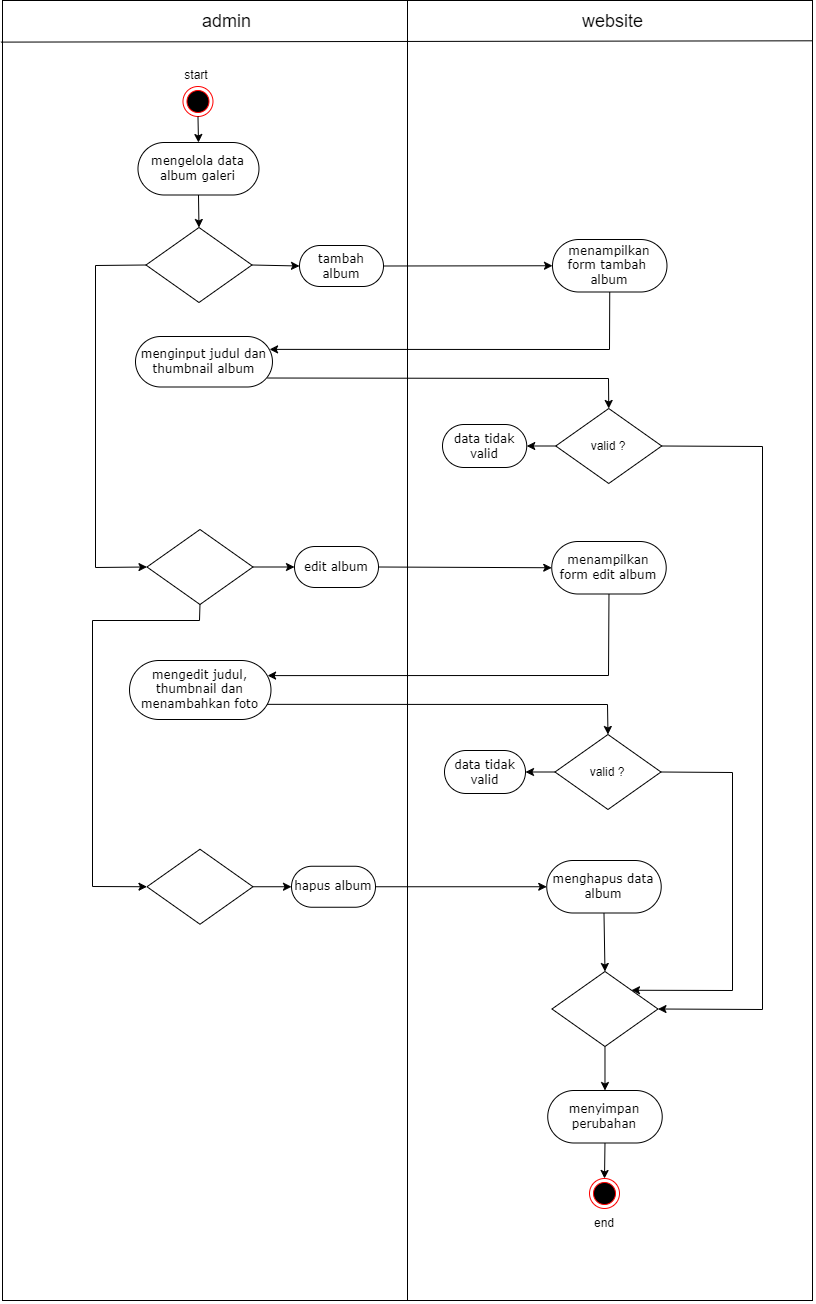
This is UML/ActivityDiagramAdminManageAlbumData.png from BintangBudi/website-hmif, a draw.io export, as it was before one commit. Source tidied: cells renumbered, new cells last; positions are measured from the earlier drawing's top-left corner, leaving out a move shared by most shapes.
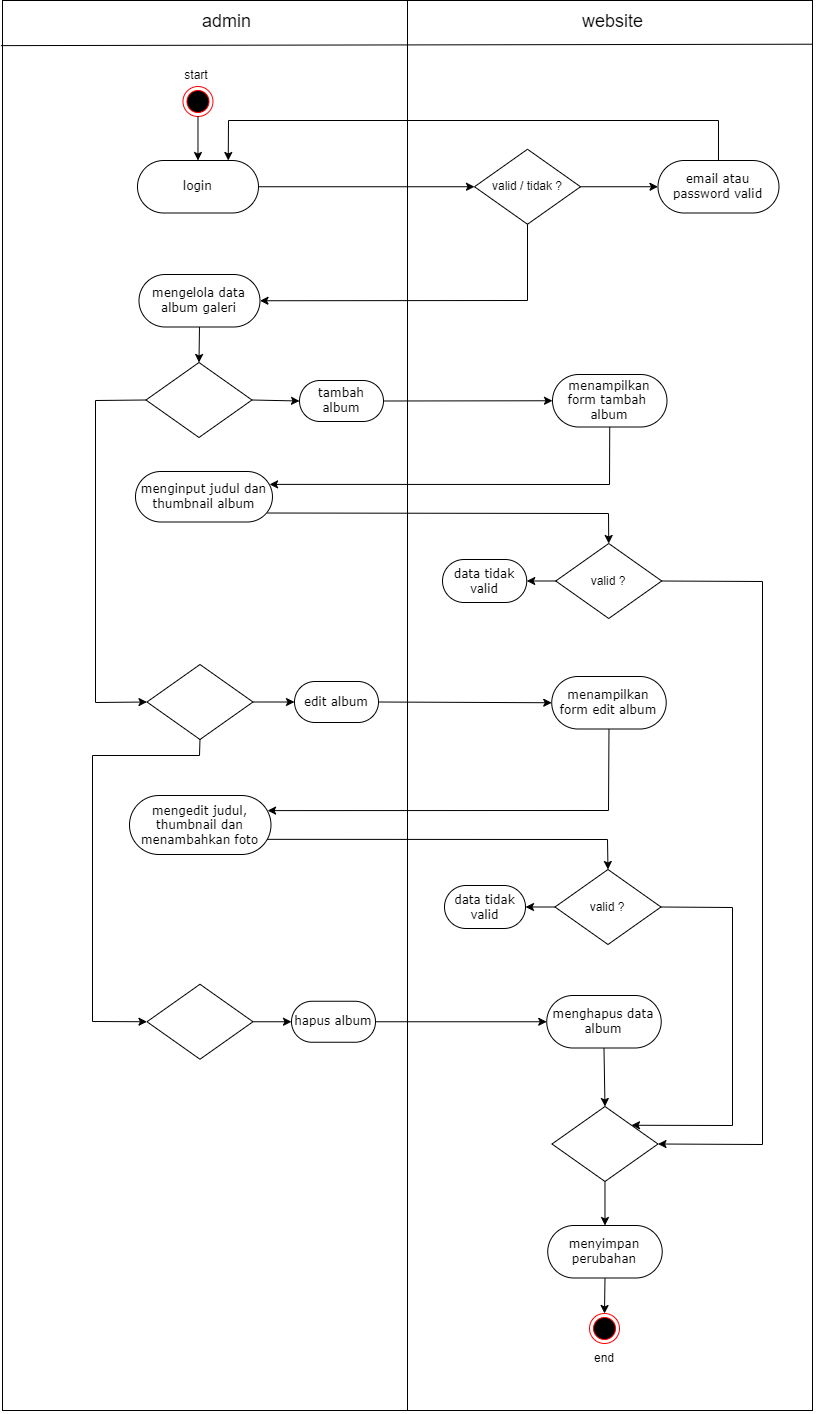
After the commit.

Commit message:
[docs&fix] memperbaiki activity diagram admin

The edit, as a diff of the source:
```diff
@@ -3,19 +3,19 @@
     <mxCell id="0" />
     <mxCell id="1" parent="0" />
     <mxCell id="2" style="rounded=0;whiteSpace=wrap;html=1;" parent="1" vertex="1">
-      <mxGeometry width="810" height="1300" as="geometry" />
+      <mxGeometry y="-135" width="810" height="1410" as="geometry" />
     </mxCell>
     <mxCell id="3" value="&lt;font style=&quot;font-size: 18px;&quot;&gt;admin&lt;/font&gt;" style="text;html=1;align=center;verticalAlign=middle;strokeColor=none;fillColor=none;" parent="1" vertex="1">
-      <mxGeometry x="189.5" y="1" width="70" height="40" as="geometry" />
+      <mxGeometry x="189.5" y="-134" width="70" height="40" as="geometry" />
     </mxCell>
     <mxCell id="4" style="endArrow=none;html=1;rounded=0;entryX=0.5;entryY=0;entryDx=0;entryDy=0;exitX=0.5;exitY=1;exitDx=0;exitDy=0;" parent="1" edge="1" source="2" target="2">
       <mxGeometry relative="1" as="geometry" />
     </mxCell>
     <mxCell id="5" value="&lt;font style=&quot;font-size: 18px;&quot;&gt;website&lt;/font&gt;" style="text;html=1;align=center;verticalAlign=middle;strokeColor=none;fillColor=none;" parent="1" vertex="1">
-      <mxGeometry x="570.5" y="1" width="80" height="40" as="geometry" />
+      <mxGeometry x="570.5" y="-134" width="80" height="40" as="geometry" />
     </mxCell>
     <mxCell id="6" style="ellipse;html=1;shape=endState;fillColor=#000000;strokeColor=#ff0000;" parent="1" vertex="1">
-      <mxGeometry x="180.5" y="86" width="30" height="30" as="geometry" />
+      <mxGeometry x="180.5" y="-49" width="30" height="30" as="geometry" />
     </mxCell>
     <mxCell id="7" value="menampilkan form tambah&amp;nbsp; album" style="rounded=1;whiteSpace=wrap;html=1;shadow=0;comic=0;labelBackgroundColor=none;strokeWidth=1;fontFamily=Verdana;fontSize=12;align=center;arcSize=50;" parent="1" vertex="1">
       <mxGeometry x="550" y="239" width="114.5" height="52.5" as="geometry" />
@@ -23,7 +23,7 @@
     <mxCell id="8" style="endArrow=none;html=1;rounded=0;entryX=-0.002;entryY=0.032;entryDx=0;entryDy=0;exitX=1;exitY=0.031;exitDx=0;exitDy=0;entryPerimeter=0;exitPerimeter=0;" parent="1" edge="1" source="2" target="2">
       <mxGeometry relative="1" as="geometry" />
     </mxCell>
-    <mxCell id="9" style="endArrow=classic;html=1;rounded=0;exitX=0.5;exitY=1;exitDx=0;exitDy=0;entryX=0.5;entryY=0;entryDx=0;entryDy=0;" parent="1" edge="1" source="6" target="18">
+    <mxCell id="9" style="endArrow=classic;html=1;rounded=0;exitX=0.5;exitY=1;exitDx=0;exitDy=0;entryX=0.5;entryY=0;entryDx=0;entryDy=0;" parent="1" edge="1" source="6" target="50">
       <mxGeometry relative="1" as="geometry" />
     </mxCell>
     <mxCell id="10" value="menginput judul dan thumbnail album" style="rounded=1;whiteSpace=wrap;html=1;shadow=0;comic=0;labelBackgroundColor=none;strokeWidth=1;fontFamily=Verdana;fontSize=12;align=center;arcSize=50;" parent="1" vertex="1">
@@ -39,7 +39,7 @@
       <mxGeometry x="440" y="424" width="84.2" height="43" as="geometry" />
     </mxCell>
     <mxCell id="14" value="start" style="text;html=1;strokeColor=none;fillColor=none;align=center;verticalAlign=middle;whiteSpace=wrap;rounded=0;" parent="1" vertex="1">
-      <mxGeometry x="164.5" y="60" width="60" height="30" as="geometry" />
+      <mxGeometry x="164.5" y="-75" width="60" height="30" as="geometry" />
     </mxCell>
     <mxCell id="15" style="ellipse;html=1;shape=endState;fillColor=#000000;strokeColor=#ff0000;" parent="1" vertex="1">
       <mxGeometry x="587" y="1178" width="30" height="30" as="geometry" />
@@ -51,7 +51,7 @@
       <mxGeometry x="143.5" y="227" width="106" height="75" as="geometry" />
     </mxCell>
     <mxCell id="18" value="mengelola data album galeri" style="rounded=1;whiteSpace=wrap;html=1;shadow=0;comic=0;labelBackgroundColor=none;strokeWidth=1;fontFamily=Verdana;fontSize=12;align=center;arcSize=50;" parent="1" vertex="1">
-      <mxGeometry x="135.5" y="142" width="121" height="52.5" as="geometry" />
+      <mxGeometry x="136.5" y="139" width="121" height="52.5" as="geometry" />
     </mxCell>
     <mxCell id="19" style="endArrow=classic;html=1;rounded=0;exitX=0.5;exitY=1;exitDx=0;exitDy=0;entryX=0.5;entryY=0;entryDx=0;entryDy=0;" parent="1" edge="1" source="18" target="17">
       <mxGeometry relative="1" as="geometry" />
@@ -183,5 +183,35 @@
     <mxCell id="49" style="endArrow=classic;html=1;rounded=0;exitX=1;exitY=0.5;exitDx=0;exitDy=0;entryX=0;entryY=0.5;entryDx=0;entryDy=0;" parent="1" edge="1" source="48" target="36">
       <mxGeometry relative="1" as="geometry" />
     </mxCell>
+    <mxCell id="50" value="login" style="rounded=1;whiteSpace=wrap;html=1;shadow=0;comic=0;labelBackgroundColor=none;strokeWidth=1;fontFamily=Verdana;fontSize=12;align=center;arcSize=50;" parent="1" vertex="1">
+      <mxGeometry x="135" y="25" width="121" height="52.5" as="geometry" />
+    </mxCell>
+    <mxCell id="51" value="email atau password valid" style="rounded=1;whiteSpace=wrap;html=1;shadow=0;comic=0;labelBackgroundColor=none;strokeWidth=1;fontFamily=Verdana;fontSize=12;align=center;arcSize=50;" parent="1" vertex="1">
+      <mxGeometry x="655.5" y="25" width="121" height="52.5" as="geometry" />
+    </mxCell>
+    <mxCell id="52" value="valid / tidak ?" style="rhombus;whiteSpace=wrap;html=1;" parent="1" vertex="1">
+      <mxGeometry x="472" y="13.8" width="106" height="75" as="geometry" />
+    </mxCell>
+    <mxCell id="53" style="endArrow=classic;html=1;rounded=0;exitX=1;exitY=0.5;exitDx=0;exitDy=0;entryX=0;entryY=0.5;entryDx=0;entryDy=0;" parent="1" edge="1" source="50" target="52">
+      <mxGeometry relative="1" as="geometry" />
+    </mxCell>
+    <mxCell id="54" style="endArrow=classic;html=1;rounded=0;exitX=1;exitY=0.5;exitDx=0;exitDy=0;entryX=0;entryY=0.5;entryDx=0;entryDy=0;" parent="1" edge="1" source="52" target="51">
+      <mxGeometry relative="1" as="geometry" />
+    </mxCell>
+    <mxCell id="55" style="endArrow=classic;html=1;rounded=0;exitX=0.5;exitY=0;exitDx=0;exitDy=0;entryX=0.75;entryY=0;entryDx=0;entryDy=0;" parent="1" edge="1" source="51" target="50">
+      <mxGeometry relative="1" as="geometry">
+        <Array as="points">
+          <mxPoint x="716" y="-15" />
+          <mxPoint x="226" y="-15" />
+        </Array>
+      </mxGeometry>
+    </mxCell>
+    <mxCell id="56" style="endArrow=classic;html=1;rounded=0;exitX=0.5;exitY=1;exitDx=0;exitDy=0;entryX=1;entryY=0.5;entryDx=0;entryDy=0;" parent="1" edge="1" source="52" target="18">
+      <mxGeometry relative="1" as="geometry">
+        <Array as="points">
+          <mxPoint x="525" y="165" />
+        </Array>
+      </mxGeometry>
+    </mxCell>
   </root>
 </mxGraphModel>
```
